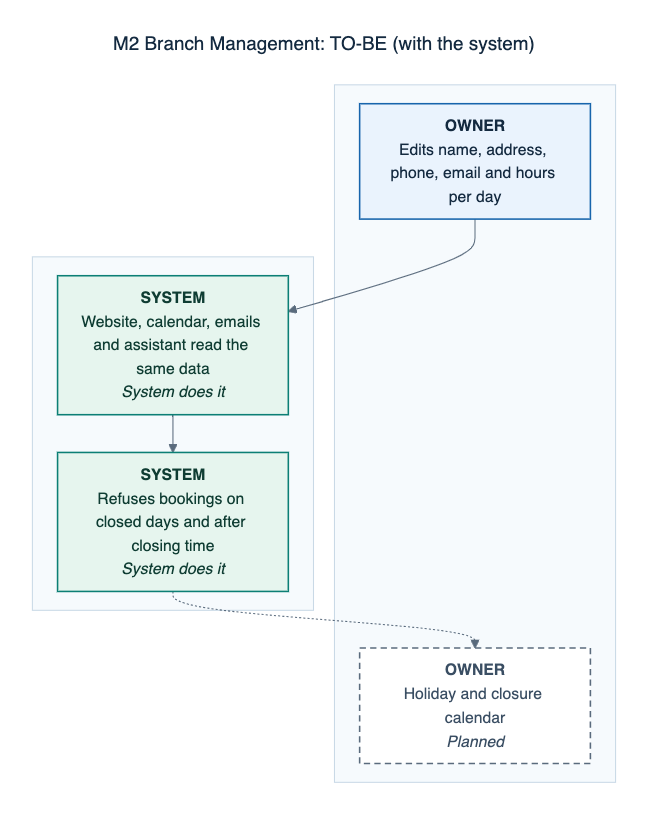
Before: docs/defense/diagrams/png/M2-branch-management-to-be.png, a diagram exported from Mermaid (0phem/multibranch-dental-clinic). Its source is kept beside it as docs/defense/diagrams/M2-branch-management-to-be.mmd. The source it was exported from:
```mermaid
---
title: "M2 Branch Management: TO-BE (with the system)"
---
flowchart TB
    subgraph L3[" "]
    direction LR
      S0["<b>OWNER</b><br/>Edits name, address, phone, email and hours per day"]:::manual
      S3["<b>OWNER</b><br/>Holiday and closure calendar<br/><i>Planned</i>"]:::planned
    end
    subgraph L4[" "]
    direction LR
      S1["<b>SYSTEM</b><br/>Website, calendar, emails and assistant read the same data<br/><i>System does it</i>"]:::auto
      S2["<b>SYSTEM</b><br/>Refuses bookings on closed days and after closing time<br/><i>System does it</i>"]:::auto
    end
    S0 --> S1
    S1 --> S2
    S2 -.-> S3
    classDef cited fill:#eaf3fd,stroke:#1865ac,color:#142a40,stroke-width:1.5px
    classDef confirm fill:#fffaf0,stroke:#b26a00,color:#5e3c00,stroke-width:1.5px,stroke-dasharray:6 4
    classDef auto fill:#e6f5ee,stroke:#0c7f75,color:#0f3d33,stroke-width:1.5px
    classDef manual fill:#eaf3fd,stroke:#1865ac,color:#142a40,stroke-width:1.5px
    classDef mock fill:#f3f5f7,stroke:#5a6b7d,color:#3a4e63,stroke-width:1.5px,stroke-dasharray:3 3
    classDef planned fill:#ffffff,stroke:#5a6b7d,color:#3a4e63,stroke-width:1.5px,stroke-dasharray:6 4
```
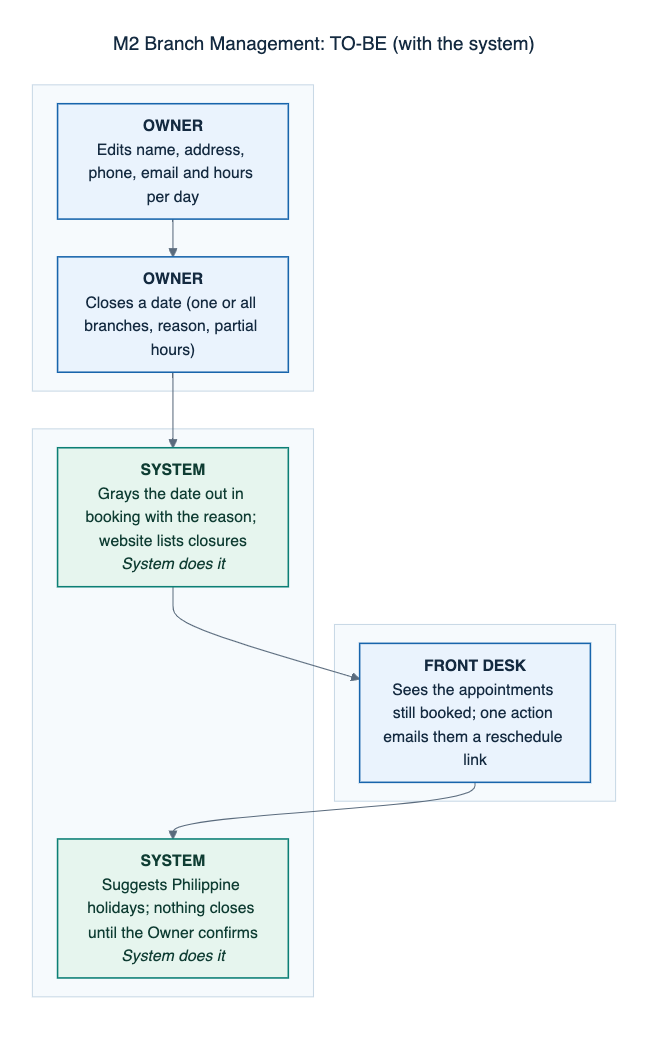
Later version of the same file.

Diff of the diagram source:
```diff
@@ -2,19 +2,24 @@
 title: "M2 Branch Management: TO-BE (with the system)"
 ---
 flowchart TB
+    subgraph L1[" "]
+    direction LR
+      S3["<b>FRONT DESK</b><br/>Sees the appointments still booked; one action emails them a reschedule link"]:::manual
+    end
     subgraph L3[" "]
     direction LR
       S0["<b>OWNER</b><br/>Edits name, address, phone, email and hours per day"]:::manual
-      S3["<b>OWNER</b><br/>Holiday and closure calendar<br/><i>Planned</i>"]:::planned
+      S1["<b>OWNER</b><br/>Closes a date (one or all branches, reason, partial hours)"]:::manual
     end
     subgraph L4[" "]
     direction LR
-      S1["<b>SYSTEM</b><br/>Website, calendar, emails and assistant read the same data<br/><i>System does it</i>"]:::auto
-      S2["<b>SYSTEM</b><br/>Refuses bookings on closed days and after closing time<br/><i>System does it</i>"]:::auto
+      S2["<b>SYSTEM</b><br/>Grays the date out in booking with the reason; website lists closures<br/><i>System does it</i>"]:::auto
+      S4["<b>SYSTEM</b><br/>Suggests Philippine holidays; nothing closes until the Owner confirms<br/><i>System does it</i>"]:::auto
     end
     S0 --> S1
     S1 --> S2
-    S2 -.-> S3
+    S2 --> S3
+    S3 --> S4
     classDef cited fill:#eaf3fd,stroke:#1865ac,color:#142a40,stroke-width:1.5px
     classDef confirm fill:#fffaf0,stroke:#b26a00,color:#5e3c00,stroke-width:1.5px,stroke-dasharray:6 4
     classDef auto fill:#e6f5ee,stroke:#0c7f75,color:#0f3d33,stroke-width:1.5px
```
